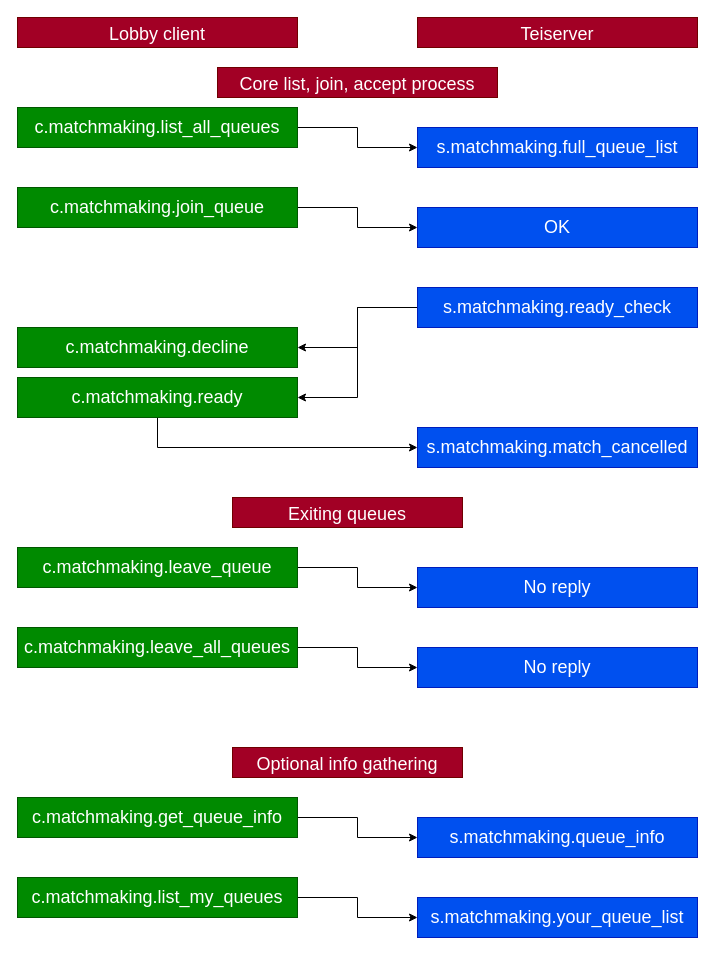
This is documents/images/matchmaking.drawio from beyond-all-reason/teiserver, a draw.io file, before an edit. Source tidied: cells renumbered, new cells numbered last; positions are measured from the earlier drawing's top-left corner, leaving out a move shared by most shapes. Both pictures are drawn from the tidied source at 100%, with x=0, y=0 at pixel (17, 17).
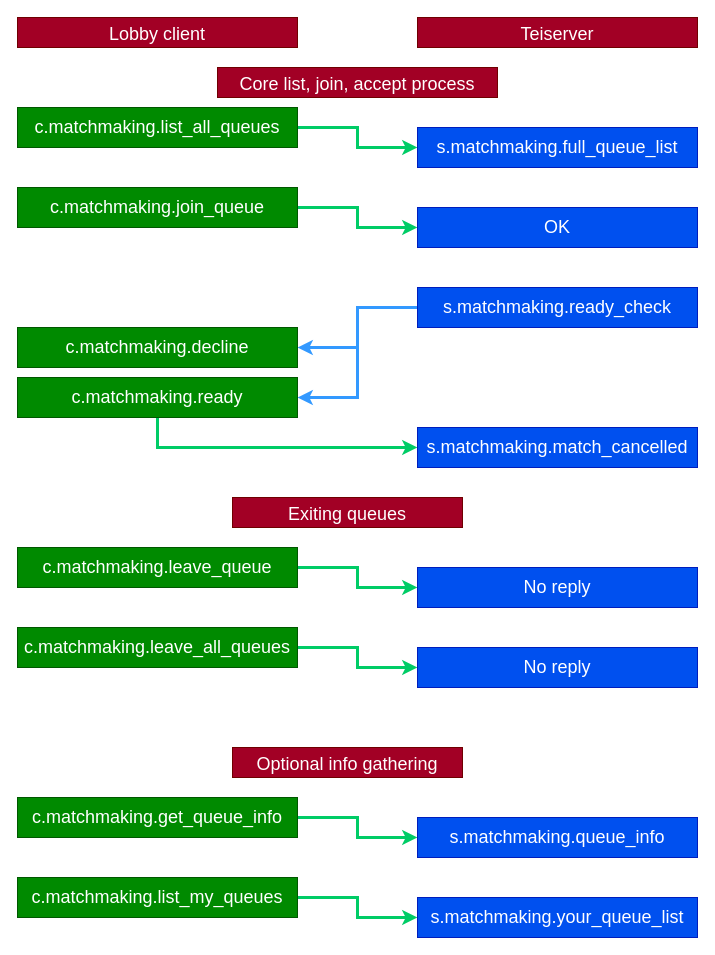
After the change.

Commit message (it also covers changes not shown here):
Diagram tweak 2

The change refers to these unchanged cells:
```xml
<mxCell id="3" value="c.matchmaking.list_all_queues" style="rounded=0;whiteSpace=wrap;html=1;fontSize=18;fillColor=#008a00;strokeColor=#005700;fontColor=#ffffff;" parent="1" vertex="1">
  <mxGeometry y="90" width="280" height="40" as="geometry" />
</mxCell>
<mxCell id="4" value="s.matchmaking.full_queue_list" style="rounded=0;whiteSpace=wrap;html=1;fontSize=18;fillColor=#0050ef;strokeColor=#001DBC;fontColor=#ffffff;" parent="1" vertex="1">
  <mxGeometry x="400" y="110" width="280" height="40" as="geometry" />
</mxCell>
<mxCell id="6" value="c.matchmaking.join_queue" style="rounded=0;whiteSpace=wrap;html=1;fontSize=18;fillColor=#008a00;strokeColor=#005700;fontColor=#ffffff;" parent="1" vertex="1">
  <mxGeometry y="170" width="280" height="40" as="geometry" />
</mxCell>
<mxCell id="8" value="c.matchmaking.leave_queue" style="rounded=0;whiteSpace=wrap;html=1;fontSize=18;fillColor=#008a00;strokeColor=#005700;fontColor=#ffffff;" parent="1" vertex="1">
  <mxGeometry y="530" width="280" height="40" as="geometry" />
</mxCell>
<mxCell id="9" value="No reply" style="rounded=0;whiteSpace=wrap;html=1;fontSize=18;fillColor=#0050ef;strokeColor=#001DBC;fontColor=#ffffff;" parent="1" vertex="1">
  <mxGeometry x="400" y="550" width="280" height="40" as="geometry" />
</mxCell>
<mxCell id="10" value="OK" style="rounded=0;whiteSpace=wrap;html=1;fontSize=18;fillColor=#0050ef;strokeColor=#001DBC;fontColor=#ffffff;" parent="1" vertex="1">
  <mxGeometry x="400" y="190" width="280" height="40" as="geometry" />
</mxCell>
<mxCell id="13" value="s.matchmaking.ready_check" style="rounded=0;whiteSpace=wrap;html=1;fontSize=18;fillColor=#0050ef;strokeColor=#001DBC;fontColor=#ffffff;" parent="1" vertex="1">
  <mxGeometry x="400" y="270" width="280" height="40" as="geometry" />
</mxCell>
<mxCell id="15" value="c.matchmaking.ready" style="rounded=0;whiteSpace=wrap;html=1;fontSize=18;fillColor=#008a00;strokeColor=#005700;fontColor=#ffffff;" parent="1" vertex="1">
  <mxGeometry y="360" width="280" height="40" as="geometry" />
</mxCell>
<mxCell id="16" value="c.matchmaking.decline" style="rounded=0;whiteSpace=wrap;html=1;fontSize=18;fillColor=#008a00;strokeColor=#005700;fontColor=#ffffff;" parent="1" vertex="1">
  <mxGeometry y="310" width="280" height="40" as="geometry" />
</mxCell>
<mxCell id="18" value="c.matchmaking.leave_all_queues" style="rounded=0;whiteSpace=wrap;html=1;fontSize=18;fillColor=#008a00;strokeColor=#005700;fontColor=#ffffff;" parent="1" vertex="1">
  <mxGeometry y="610" width="280" height="40" as="geometry" />
</mxCell>
<mxCell id="19" value="No reply" style="rounded=0;whiteSpace=wrap;html=1;fontSize=18;fillColor=#0050ef;strokeColor=#001DBC;fontColor=#ffffff;" parent="1" vertex="1">
  <mxGeometry x="400" y="630" width="280" height="40" as="geometry" />
</mxCell>
<mxCell id="23" value="c.matchmaking.get_queue_info" style="rounded=0;whiteSpace=wrap;html=1;fontSize=18;fillColor=#008a00;strokeColor=#005700;fontColor=#ffffff;" parent="1" vertex="1">
  <mxGeometry y="780" width="280" height="40" as="geometry" />
</mxCell>
<mxCell id="24" value="s.matchmaking.queue_info" style="rounded=0;whiteSpace=wrap;html=1;fontSize=18;fillColor=#0050ef;strokeColor=#001DBC;fontColor=#ffffff;" parent="1" vertex="1">
  <mxGeometry x="400" y="800" width="280" height="40" as="geometry" />
</mxCell>
<mxCell id="26" value="c.matchmaking.list_my_queues" style="rounded=0;whiteSpace=wrap;html=1;fontSize=18;fillColor=#008a00;strokeColor=#005700;fontColor=#ffffff;" parent="1" vertex="1">
  <mxGeometry y="860" width="280" height="40" as="geometry" />
</mxCell>
<mxCell id="27" value="s.matchmaking.your_queue_list" style="rounded=0;whiteSpace=wrap;html=1;fontSize=18;fillColor=#0050ef;strokeColor=#001DBC;fontColor=#ffffff;" parent="1" vertex="1">
  <mxGeometry x="400" y="880" width="280" height="40" as="geometry" />
</mxCell>
<mxCell id="29" value="s.matchmaking.match_cancelled" style="rounded=0;whiteSpace=wrap;html=1;fontSize=18;fillColor=#0050ef;strokeColor=#001DBC;fontColor=#ffffff;" parent="1" vertex="1">
  <mxGeometry x="400" y="410" width="280" height="40" as="geometry" />
</mxCell>
```

Change to the diagram source:
```diff
@@
-    <mxCell id="2" style="edgeStyle=orthogonalEdgeStyle;rounded=0;jettySize=auto;html=1;" parent="1" edge="1" source="3" target="4">
+    <mxCell id="2" style="edgeStyle=orthogonalEdgeStyle;jettySize=auto;html=1;strokeWidth=3;fontColor=#006600;labelBorderColor=none;fillColor=#60a917;rounded=0;strokeColor=#00CC66;" parent="1" edge="1" source="3" target="4">
       <mxGeometry relative="1" as="geometry" />
     </mxCell>
@@
-    <mxCell id="5" style="edgeStyle=orthogonalEdgeStyle;rounded=0;jettySize=auto;html=1;" parent="1" edge="1" source="6" target="10">
+    <mxCell id="5" style="edgeStyle=orthogonalEdgeStyle;jettySize=auto;html=1;strokeWidth=3;fontColor=#006600;labelBorderColor=none;fillColor=#60a917;rounded=0;strokeColor=#00CC66;" parent="1" edge="1" source="6" target="10">
       <mxGeometry relative="1" as="geometry" />
     </mxCell>
@@
-    <mxCell id="7" style="edgeStyle=orthogonalEdgeStyle;rounded=0;jettySize=auto;html=1;" parent="1" edge="1" source="8" target="9">
+    <mxCell id="7" style="edgeStyle=orthogonalEdgeStyle;rounded=0;jettySize=auto;html=1;fontColor=#006600;strokeColor=#00CC66;strokeWidth=3;fillColor=#60a917;" parent="1" edge="1" source="8" target="9">
       <mxGeometry relative="1" as="geometry" />
     </mxCell>
@@
-    <mxCell id="11" style="edgeStyle=orthogonalEdgeStyle;rounded=0;jettySize=auto;html=1;" parent="1" edge="1" source="13" target="15">
+    <mxCell id="11" style="edgeStyle=orthogonalEdgeStyle;rounded=0;jettySize=auto;html=1;fontColor=#006600;strokeWidth=3;fillColor=#60a917;strokeColor=#3399FF;" parent="1" edge="1" source="13" target="15">
       <mxGeometry relative="1" as="geometry">
         <Array as="points">
           <mxPoint x="340" y="290" />
           <mxPoint x="340" y="380" />
         </Array>
       </mxGeometry>
     </mxCell>
-    <mxCell id="12" style="edgeStyle=orthogonalEdgeStyle;rounded=0;jettySize=auto;html=1;entryX=1;entryY=0.5;entryDx=0;entryDy=0;" parent="1" edge="1" source="13" target="16">
+    <mxCell id="12" style="edgeStyle=orthogonalEdgeStyle;rounded=0;jettySize=auto;html=1;entryX=1;entryY=0.5;entryDx=0;entryDy=0;fontColor=#006600;strokeWidth=3;fillColor=#60a917;strokeColor=#3399FF;" parent="1" edge="1" source="13" target="16">
       <mxGeometry relative="1" as="geometry" />
     </mxCell>
@@
-    <mxCell id="14" style="edgeStyle=orthogonalEdgeStyle;rounded=0;jettySize=auto;html=1;entryX=0;entryY=0.5;entryDx=0;entryDy=0;" parent="1" edge="1" source="15" target="29">
+    <mxCell id="14" style="edgeStyle=orthogonalEdgeStyle;rounded=0;jettySize=auto;html=1;entryX=0;entryY=0.5;entryDx=0;entryDy=0;fontColor=#006600;strokeColor=#00CC66;strokeWidth=3;fillColor=#60a917;" parent="1" edge="1" source="15" target="29">
       <mxGeometry relative="1" as="geometry">
         <Array as="points">
           <mxPoint x="140" y="430" />
         </Array>
       </mxGeometry>
     </mxCell>
@@
-    <mxCell id="17" style="edgeStyle=orthogonalEdgeStyle;rounded=0;jettySize=auto;html=1;" parent="1" edge="1" source="18" target="19">
+    <mxCell id="17" style="edgeStyle=orthogonalEdgeStyle;rounded=0;jettySize=auto;html=1;fontColor=#006600;strokeColor=#00CC66;strokeWidth=3;fillColor=#60a917;" parent="1" edge="1" source="18" target="19">
       <mxGeometry relative="1" as="geometry" />
     </mxCell>
@@
-    <mxCell id="22" style="edgeStyle=orthogonalEdgeStyle;rounded=0;jettySize=auto;html=1;" parent="1" edge="1" source="23" target="24">
+    <mxCell id="22" style="edgeStyle=orthogonalEdgeStyle;rounded=0;jettySize=auto;html=1;fontColor=#006600;strokeColor=#00CC66;strokeWidth=3;fillColor=#60a917;" parent="1" edge="1" source="23" target="24">
       <mxGeometry relative="1" as="geometry" />
     </mxCell>
@@
-    <mxCell id="25" style="edgeStyle=orthogonalEdgeStyle;rounded=0;jettySize=auto;html=1;" parent="1" edge="1" source="26" target="27">
+    <mxCell id="25" style="edgeStyle=orthogonalEdgeStyle;rounded=0;jettySize=auto;html=1;fontColor=#006600;strokeColor=#00CC66;strokeWidth=3;fillColor=#60a917;" parent="1" edge="1" source="26" target="27">
       <mxGeometry relative="1" as="geometry" />
     </mxCell>
```
